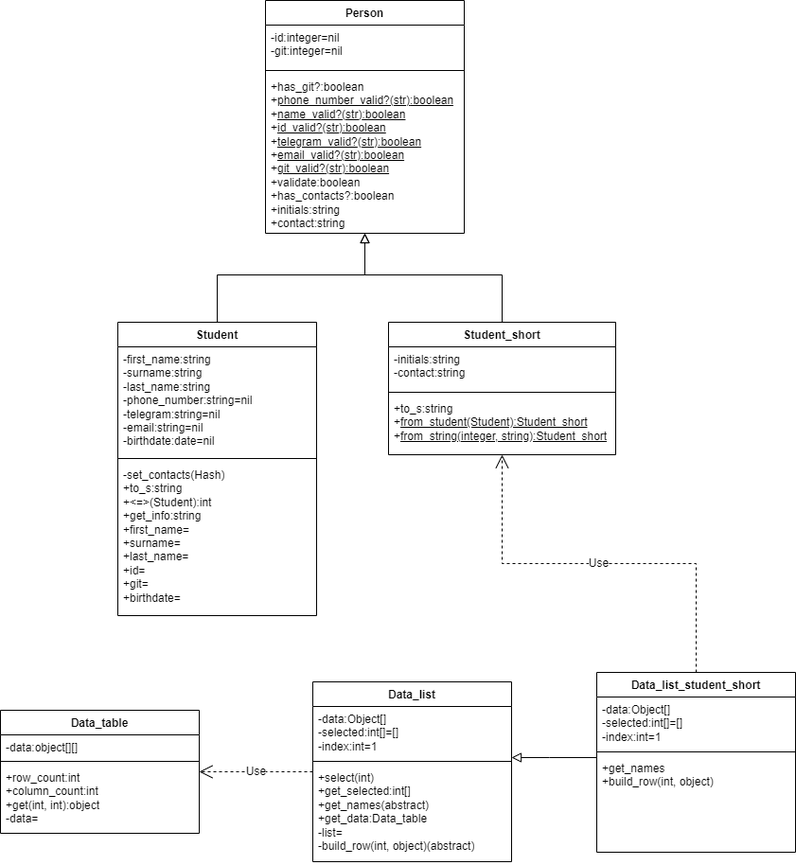
This is student/media/class_diagram.png from creatior/Design-Patterns-labs, a draw.io export, as it was before one commit. Source tidied: cells renumbered, new cells last; positions are measured from the earlier drawing's top-left corner, leaving out a move shared by most shapes. Its diagram source:
```xml
<mxGraphModel>
  <root>
    <mxCell id="0" />
    <mxCell id="1" parent="0" />
    <mxCell id="2" value="Person" style="swimlane;fontStyle=1;align=center;verticalAlign=top;horizontal=1;startSize=26;whiteSpace=wrap;html=1;labelBackgroundColor=none;" parent="1" vertex="1">
      <mxGeometry x="280" width="210" height="246" as="geometry" />
    </mxCell>
    <mxCell id="3" value="-id:integer=nil&lt;div&gt;-git:integer=nil&lt;br&gt;&lt;/div&gt;" style="text;strokeColor=none;fillColor=none;align=left;verticalAlign=top;spacingLeft=4;spacingRight=4;overflow=hidden;whiteSpace=wrap;html=1;labelBackgroundColor=none;" parent="2" vertex="1">
      <mxGeometry y="26" width="210" height="44" as="geometry" />
    </mxCell>
    <mxCell id="4" style="line;strokeWidth=1;fillColor=none;align=left;verticalAlign=middle;spacingTop=-1;spacingLeft=3;spacingRight=3;labelPosition=right;labelBackgroundColor=none;" parent="2" vertex="1">
      <mxGeometry y="70" width="210" height="8" as="geometry" />
    </mxCell>
    <mxCell id="5" value="+has_git?:boolean&lt;div&gt;+&lt;u&gt;phone_number_valid?(str)&lt;span style=&quot;background-color: initial;&quot;&gt;:boolean&lt;/span&gt;&lt;/u&gt;&lt;/div&gt;&lt;div&gt;&lt;span style=&quot;background-color: initial;&quot;&gt;+&lt;u&gt;name_valid?(str)&lt;/u&gt;&lt;/span&gt;&lt;span style=&quot;background-color: initial;&quot;&gt;&lt;u&gt;:boolean&lt;/u&gt;&lt;/span&gt;&lt;/div&gt;&lt;div&gt;&lt;span style=&quot;background-color: initial;&quot;&gt;+&lt;u&gt;id_valid?&lt;/u&gt;&lt;/span&gt;&lt;u&gt;&lt;span style=&quot;background-color: initial;&quot;&gt;(str)&lt;/span&gt;&lt;span style=&quot;background-color: initial;&quot;&gt;:boolean&lt;/span&gt;&lt;/u&gt;&lt;/div&gt;&lt;div&gt;&lt;span style=&quot;background-color: initial;&quot;&gt;+&lt;u&gt;telegram_valid?&lt;/u&gt;&lt;/span&gt;&lt;u&gt;&lt;span style=&quot;background-color: initial;&quot;&gt;(str)&lt;/span&gt;&lt;span style=&quot;background-color: initial;&quot;&gt;:boolean&lt;/span&gt;&lt;/u&gt;&lt;/div&gt;&lt;div&gt;&lt;span style=&quot;background-color: initial;&quot;&gt;+&lt;u&gt;email_valid?&lt;/u&gt;&lt;/span&gt;&lt;u&gt;&lt;span style=&quot;background-color: initial;&quot;&gt;(str)&lt;/span&gt;&lt;span style=&quot;background-color: initial;&quot;&gt;:boolean&lt;/span&gt;&lt;/u&gt;&lt;/div&gt;&lt;div&gt;&lt;span style=&quot;background-color: initial;&quot;&gt;+&lt;u&gt;git_valid?&lt;/u&gt;&lt;/span&gt;&lt;u&gt;&lt;span style=&quot;background-color: initial;&quot;&gt;(str)&lt;/span&gt;&lt;span style=&quot;background-color: initial;&quot;&gt;:boolean&lt;/span&gt;&lt;/u&gt;&lt;/div&gt;&lt;div&gt;&lt;span style=&quot;background-color: initial;&quot;&gt;+validate&lt;/span&gt;&lt;span style=&quot;background-color: initial;&quot;&gt;:boolean&lt;/span&gt;&lt;/div&gt;&lt;div&gt;&lt;span style=&quot;background-color: initial;&quot;&gt;+has_contacts?:&lt;/span&gt;&lt;span style=&quot;background-color: initial;&quot;&gt;boolean&lt;/span&gt;&lt;/div&gt;&lt;div&gt;&lt;span style=&quot;background-color: initial;&quot;&gt;+initials:string&lt;/span&gt;&lt;/div&gt;&lt;div&gt;&lt;span style=&quot;background-color: initial;&quot;&gt;+contact:string&lt;/span&gt;&lt;/div&gt;" style="text;strokeColor=none;fillColor=none;align=left;verticalAlign=top;spacingLeft=4;spacingRight=4;overflow=hidden;points=[[0,0.5],[1,0.5]];portConstraint=eastwest;whiteSpace=wrap;html=1;labelBackgroundColor=none;" parent="2" vertex="1">
      <mxGeometry y="78" width="210" height="168" as="geometry" />
    </mxCell>
    <mxCell id="6" style="edgeStyle=orthogonalEdgeStyle;rounded=0;jettySize=auto;html=1;exitX=0.5;exitY=0;exitDx=0;exitDy=0;fontSize=12;startSize=8;endSize=8;endArrow=block;endFill=0;" parent="1" edge="1" source="7" target="5">
      <mxGeometry relative="1" as="geometry">
        <Array as="points">
          <mxPoint x="229" y="290" />
          <mxPoint x="385" y="290" />
        </Array>
      </mxGeometry>
    </mxCell>
    <mxCell id="7" value="Student" style="swimlane;fontStyle=1;align=center;verticalAlign=top;horizontal=1;startSize=26;whiteSpace=wrap;html=1;labelBackgroundColor=none;" parent="1" vertex="1">
      <mxGeometry x="124" y="340" width="210" height="310" as="geometry" />
    </mxCell>
    <mxCell id="8" value="&lt;div&gt;-first_name:string&lt;/div&gt;&lt;div&gt;-surname&lt;span style=&quot;background-color: initial;&quot;&gt;:string&lt;/span&gt;&lt;/div&gt;&lt;div&gt;&lt;span style=&quot;background-color: initial;&quot;&gt;-last_name&lt;/span&gt;&lt;span style=&quot;background-color: initial;&quot;&gt;:string&lt;/span&gt;&lt;/div&gt;&lt;div&gt;&lt;span style=&quot;background-color: initial;&quot;&gt;-phone_number:string=nil&lt;/span&gt;&lt;/div&gt;&lt;div&gt;&lt;span style=&quot;background-color: initial;&quot;&gt;-telegram&lt;/span&gt;&lt;span style=&quot;background-color: initial;&quot;&gt;:string=nil&lt;/span&gt;&lt;/div&gt;&lt;div&gt;&lt;span style=&quot;background-color: initial;&quot;&gt;-email&lt;/span&gt;&lt;span style=&quot;background-color: initial;&quot;&gt;:string=nil&lt;/span&gt;&lt;/div&gt;&lt;div&gt;&lt;span style=&quot;background-color: initial;&quot;&gt;-birthdate:date=nil&lt;/span&gt;&lt;/div&gt;" style="text;strokeColor=none;fillColor=none;align=left;verticalAlign=top;spacingLeft=4;spacingRight=4;overflow=hidden;whiteSpace=wrap;html=1;labelBackgroundColor=none;" parent="7" vertex="1">
      <mxGeometry y="26" width="210" height="114" as="geometry" />
    </mxCell>
    <mxCell id="9" style="line;strokeWidth=1;fillColor=none;align=left;verticalAlign=middle;spacingTop=-1;spacingLeft=3;spacingRight=3;labelPosition=right;labelBackgroundColor=none;" parent="7" vertex="1">
      <mxGeometry y="140" width="210" height="8" as="geometry" />
    </mxCell>
    <mxCell id="10" value="-set_contacts(Hash)&lt;div&gt;+to_s:string&lt;/div&gt;&lt;div&gt;+&amp;lt;=&amp;gt;(Student):int&lt;/div&gt;&lt;div&gt;+get_info:string&lt;/div&gt;&lt;div&gt;+first_name=&lt;/div&gt;&lt;div&gt;+surname=&lt;/div&gt;&lt;div&gt;+last_name=&lt;/div&gt;&lt;div&gt;+id=&lt;/div&gt;&lt;div&gt;+git=&lt;/div&gt;&lt;div&gt;+birthdate=&lt;/div&gt;" style="text;strokeColor=none;fillColor=none;align=left;verticalAlign=top;spacingLeft=4;spacingRight=4;overflow=hidden;whiteSpace=wrap;html=1;labelBackgroundColor=none;" parent="7" vertex="1">
      <mxGeometry y="148" width="210" height="162" as="geometry" />
    </mxCell>
    <mxCell id="11" style="edgeStyle=orthogonalEdgeStyle;rounded=0;jettySize=auto;html=1;fontSize=12;startSize=8;endSize=8;exitX=0.5;exitY=0;exitDx=0;exitDy=0;endArrow=block;endFill=0;" parent="1" edge="1" source="12" target="5">
      <mxGeometry relative="1" as="geometry">
        <Array as="points">
          <mxPoint x="530" y="290" />
          <mxPoint x="385" y="290" />
        </Array>
      </mxGeometry>
    </mxCell>
    <mxCell id="12" value="Student_short" style="swimlane;fontStyle=1;align=center;verticalAlign=top;horizontal=1;startSize=26;whiteSpace=wrap;html=1;labelBackgroundColor=none;" parent="1" vertex="1">
      <mxGeometry x="410" y="340" width="240" height="140" as="geometry" />
    </mxCell>
    <mxCell id="13" value="&lt;div&gt;-initials:string&lt;/div&gt;&lt;div&gt;-contact:string&lt;/div&gt;" style="text;strokeColor=none;fillColor=none;align=left;verticalAlign=top;spacingLeft=4;spacingRight=4;overflow=hidden;whiteSpace=wrap;html=1;labelBackgroundColor=none;" parent="12" vertex="1">
      <mxGeometry y="26" width="240" height="44" as="geometry" />
    </mxCell>
    <mxCell id="14" style="line;strokeWidth=1;fillColor=none;align=left;verticalAlign=middle;spacingTop=-1;spacingLeft=3;spacingRight=3;labelPosition=right;labelBackgroundColor=none;" parent="12" vertex="1">
      <mxGeometry y="70" width="240" height="8" as="geometry" />
    </mxCell>
    <mxCell id="15" value="+to_s:string&lt;div&gt;+&lt;u&gt;from_student(Student):Student_short&lt;/u&gt;&lt;/div&gt;&lt;div&gt;+&lt;u&gt;from_string(integer, string)&lt;span style=&quot;background-color: initial;&quot;&gt;:Student_short&lt;/span&gt;&lt;/u&gt;&lt;/div&gt;" style="text;strokeColor=none;fillColor=none;align=left;verticalAlign=top;spacingLeft=4;spacingRight=4;overflow=hidden;whiteSpace=wrap;html=1;labelBackgroundColor=none;" parent="12" vertex="1">
      <mxGeometry y="78" width="240" height="62" as="geometry" />
    </mxCell>
    <mxCell id="16" value="Data_table" style="swimlane;fontStyle=1;align=center;verticalAlign=top;horizontal=1;startSize=26;whiteSpace=wrap;html=1;" parent="1" vertex="1">
      <mxGeometry y="750" width="210" height="130" as="geometry" />
    </mxCell>
    <mxCell id="17" value="&lt;div&gt;-data:object[][]&lt;/div&gt;" style="text;strokeColor=none;fillColor=none;align=left;verticalAlign=top;spacingLeft=4;spacingRight=4;overflow=hidden;whiteSpace=wrap;html=1;" parent="16" vertex="1">
      <mxGeometry y="26" width="210" height="24" as="geometry" />
    </mxCell>
    <mxCell id="18" style="line;strokeWidth=1;fillColor=none;align=left;verticalAlign=middle;spacingTop=-1;spacingLeft=3;spacingRight=3;labelPosition=right;strokeColor=inherit;" parent="16" vertex="1">
      <mxGeometry y="50" width="210" height="8" as="geometry" />
    </mxCell>
    <mxCell id="19" value="+row_count:int&lt;div&gt;+column_count:int&lt;/div&gt;&lt;div&gt;+get(int, int):object&lt;/div&gt;&lt;div&gt;-data=&lt;/div&gt;&lt;div&gt;&lt;br&gt;&lt;/div&gt;" style="text;strokeColor=none;fillColor=none;align=left;verticalAlign=top;spacingLeft=4;spacingRight=4;overflow=hidden;whiteSpace=wrap;html=1;" parent="16" vertex="1">
      <mxGeometry y="58" width="210" height="72" as="geometry" />
    </mxCell>
    <mxCell id="20" value="Data_list" style="swimlane;fontStyle=1;align=center;verticalAlign=top;horizontal=1;startSize=26;whiteSpace=wrap;html=1;" parent="1" vertex="1">
      <mxGeometry x="330" y="720" width="210" height="190" as="geometry" />
    </mxCell>
    <mxCell id="21" value="&lt;div&gt;-data:Object[]&lt;/div&gt;&lt;div&gt;-selected:int[]=[]&lt;/div&gt;&lt;div&gt;-index:int=1&lt;/div&gt;" style="text;strokeColor=none;fillColor=none;align=left;verticalAlign=top;spacingLeft=4;spacingRight=4;overflow=hidden;whiteSpace=wrap;html=1;" parent="20" vertex="1">
      <mxGeometry y="26" width="210" height="54" as="geometry" />
    </mxCell>
    <mxCell id="22" style="line;strokeWidth=1;fillColor=none;align=left;verticalAlign=middle;spacingTop=-1;spacingLeft=3;spacingRight=3;labelPosition=right;strokeColor=inherit;" parent="20" vertex="1">
      <mxGeometry y="80" width="210" height="8" as="geometry" />
    </mxCell>
    <mxCell id="23" value="+select(int)&lt;div&gt;+get_selected:int[]&lt;/div&gt;&lt;div&gt;+get_names(abstract)&lt;/div&gt;&lt;div&gt;+get_data:Data_table&lt;/div&gt;&lt;div&gt;-list=&lt;/div&gt;&lt;div&gt;-build_row(int, object)(abstract)&lt;/div&gt;" style="text;strokeColor=none;fillColor=none;align=left;verticalAlign=top;spacingLeft=4;spacingRight=4;overflow=hidden;whiteSpace=wrap;html=1;" parent="20" vertex="1">
      <mxGeometry y="88" width="210" height="102" as="geometry" />
    </mxCell>
    <mxCell id="24" value="Data_list_student_short" style="swimlane;fontStyle=1;align=center;verticalAlign=top;horizontal=1;startSize=26;whiteSpace=wrap;html=1;" parent="1" vertex="1">
      <mxGeometry x="630" y="710" width="210" height="190" as="geometry" />
    </mxCell>
    <mxCell id="25" value="&lt;div&gt;-data:Object[]&lt;/div&gt;&lt;div&gt;-selected:int[]=[]&lt;/div&gt;&lt;div&gt;-index:int=1&lt;/div&gt;" style="text;strokeColor=none;fillColor=none;align=left;verticalAlign=top;spacingLeft=4;spacingRight=4;overflow=hidden;whiteSpace=wrap;html=1;" parent="24" vertex="1">
      <mxGeometry y="26" width="210" height="54" as="geometry" />
    </mxCell>
    <mxCell id="26" style="line;strokeWidth=1;fillColor=none;align=left;verticalAlign=middle;spacingTop=-1;spacingLeft=3;spacingRight=3;labelPosition=right;strokeColor=inherit;" parent="24" vertex="1">
      <mxGeometry y="80" width="210" height="8" as="geometry" />
    </mxCell>
    <mxCell id="27" value="+get_names&lt;div&gt;+build_row(int, object)&lt;/div&gt;" style="text;strokeColor=none;fillColor=none;align=left;verticalAlign=top;spacingLeft=4;spacingRight=4;overflow=hidden;whiteSpace=wrap;html=1;" parent="24" vertex="1">
      <mxGeometry y="88" width="210" height="102" as="geometry" />
    </mxCell>
    <mxCell id="28" value="Use" style="endArrow=open;endSize=12;dashed=1;html=1;rounded=0;fontSize=12;edgeStyle=orthogonalEdgeStyle;" parent="1" edge="1" source="20" target="16">
      <mxGeometry relative="1" as="geometry" />
    </mxCell>
    <mxCell id="29" style="edgeStyle=orthogonalEdgeStyle;rounded=0;jettySize=auto;html=1;fontSize=12;startSize=8;endSize=8;endArrow=block;endFill=0;" parent="1" edge="1" source="24" target="20">
      <mxGeometry relative="1" as="geometry">
        <Array as="points">
          <mxPoint x="580" y="800" />
          <mxPoint x="580" y="800" />
        </Array>
      </mxGeometry>
    </mxCell>
    <mxCell id="30" value="Use" style="endArrow=open;endSize=12;dashed=1;html=1;rounded=0;fontSize=12;edgeStyle=orthogonalEdgeStyle;" parent="1" edge="1" source="24" target="12">
      <mxGeometry relative="1" as="geometry" />
    </mxCell>
  </root>
</mxGraphModel>
```
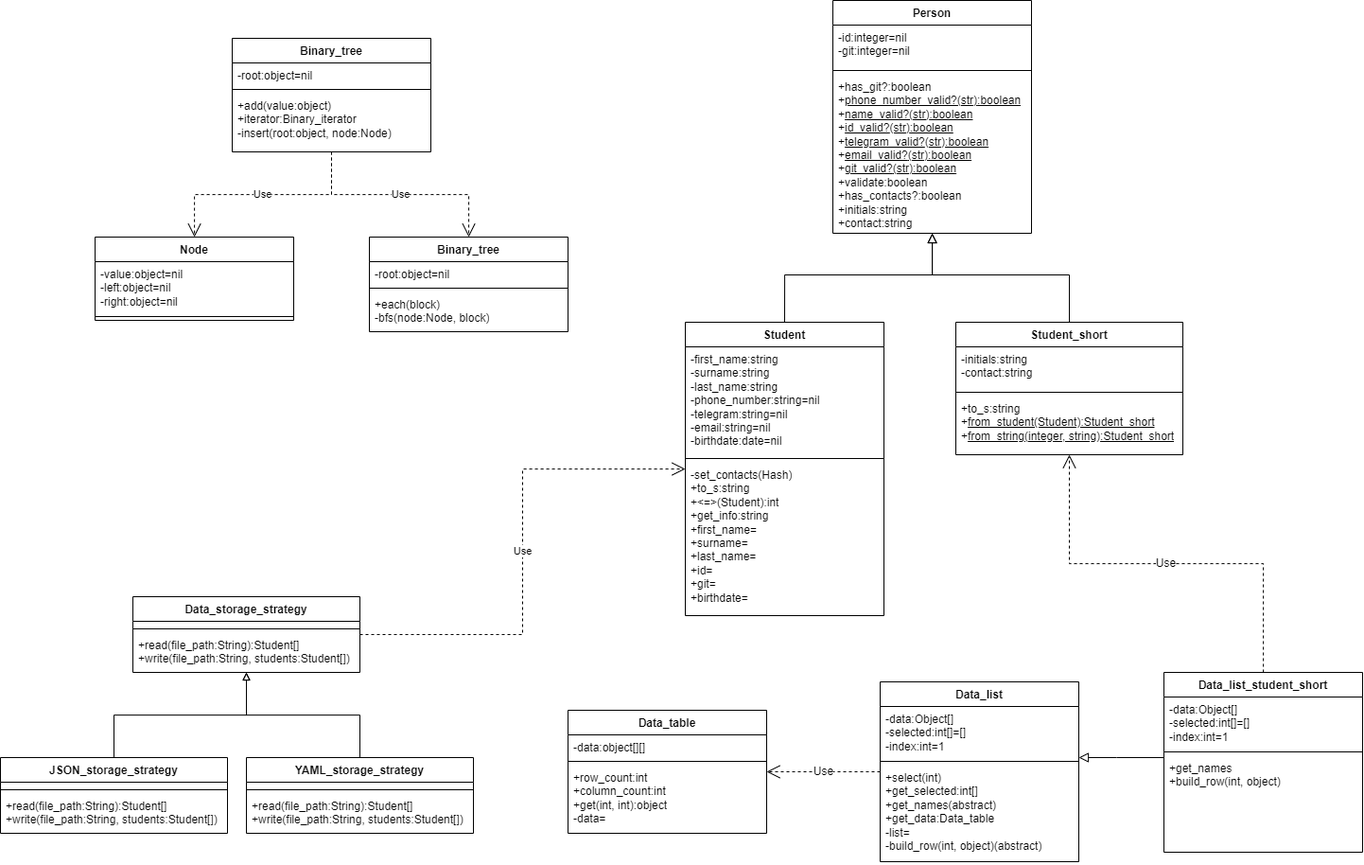
The same diagram one commit later.

Commit message:
LR4T2.6 Updated class diagram

Change to the diagram source:
```diff
@@ -104,5 +104,89 @@
     <mxCell id="30" value="Use" style="endArrow=open;endSize=12;dashed=1;html=1;rounded=0;fontSize=12;edgeStyle=orthogonalEdgeStyle;" parent="1" edge="1" source="24" target="12">
       <mxGeometry relative="1" as="geometry" />
     </mxCell>
+    <mxCell id="31" style="edgeStyle=orthogonalEdgeStyle;rounded=0;jettySize=auto;html=1;exitX=0.5;exitY=0;exitDx=0;exitDy=0;endArrow=block;endFill=0;" parent="1" edge="1" source="32" target="41">
+      <mxGeometry relative="1" as="geometry" />
+    </mxCell>
+    <mxCell id="32" value="JSON_storage_strategy" style="swimlane;fontStyle=1;align=center;verticalAlign=top;horizontal=1;startSize=26;whiteSpace=wrap;html=1;" parent="1" vertex="1">
+      <mxGeometry x="-600" y="800" width="240" height="80" as="geometry" />
+    </mxCell>
+    <mxCell id="33" value="&lt;div&gt;&lt;br&gt;&lt;/div&gt;" style="text;strokeColor=none;fillColor=none;align=left;verticalAlign=top;spacingLeft=4;spacingRight=4;overflow=hidden;whiteSpace=wrap;html=1;" parent="32" vertex="1">
+      <mxGeometry y="26" width="240" height="4" as="geometry" />
+    </mxCell>
+    <mxCell id="34" style="line;strokeWidth=1;fillColor=none;align=left;verticalAlign=middle;spacingTop=-1;spacingLeft=3;spacingRight=3;labelPosition=right;strokeColor=inherit;" parent="32" vertex="1">
+      <mxGeometry y="30" width="240" height="8" as="geometry" />
+    </mxCell>
+    <mxCell id="35" value="+read(file_path:String):Student[]&lt;div&gt;+write(file_path:String, students:Student[])&lt;/div&gt;" style="text;strokeColor=none;fillColor=none;align=left;verticalAlign=top;spacingLeft=4;spacingRight=4;overflow=hidden;whiteSpace=wrap;html=1;" parent="32" vertex="1">
+      <mxGeometry y="38" width="240" height="42" as="geometry" />
+    </mxCell>
+    <mxCell id="36" style="edgeStyle=orthogonalEdgeStyle;rounded=0;jettySize=auto;html=1;exitX=0.5;exitY=0;exitDx=0;exitDy=0;endArrow=block;endFill=0;" parent="1" edge="1" source="37" target="41">
+      <mxGeometry relative="1" as="geometry" />
+    </mxCell>
+    <mxCell id="37" value="YAML_storage_strategy" style="swimlane;fontStyle=1;align=center;verticalAlign=top;horizontal=1;startSize=26;whiteSpace=wrap;html=1;" parent="1" vertex="1">
+      <mxGeometry x="-340" y="800" width="240" height="80" as="geometry" />
+    </mxCell>
+    <mxCell id="38" value="&lt;div&gt;&lt;br&gt;&lt;/div&gt;" style="text;strokeColor=none;fillColor=none;align=left;verticalAlign=top;spacingLeft=4;spacingRight=4;overflow=hidden;whiteSpace=wrap;html=1;" parent="37" vertex="1">
+      <mxGeometry y="26" width="240" height="4" as="geometry" />
+    </mxCell>
+    <mxCell id="39" style="line;strokeWidth=1;fillColor=none;align=left;verticalAlign=middle;spacingTop=-1;spacingLeft=3;spacingRight=3;labelPosition=right;strokeColor=inherit;" parent="37" vertex="1">
+      <mxGeometry y="30" width="240" height="8" as="geometry" />
+    </mxCell>
+    <mxCell id="40" value="+read(file_path:String):Student[]&lt;div&gt;+write(file_path:String, students:Student[])&lt;/div&gt;" style="text;strokeColor=none;fillColor=none;align=left;verticalAlign=top;spacingLeft=4;spacingRight=4;overflow=hidden;whiteSpace=wrap;html=1;" parent="37" vertex="1">
+      <mxGeometry y="38" width="240" height="42" as="geometry" />
+    </mxCell>
+    <mxCell id="41" value="Data_storage_strategy" style="swimlane;fontStyle=1;align=center;verticalAlign=top;horizontal=1;startSize=26;whiteSpace=wrap;html=1;" parent="1" vertex="1">
+      <mxGeometry x="-460" y="630" width="240" height="80" as="geometry" />
+    </mxCell>
+    <mxCell id="42" value="&lt;div&gt;&lt;br&gt;&lt;/div&gt;" style="text;strokeColor=none;fillColor=none;align=left;verticalAlign=top;spacingLeft=4;spacingRight=4;overflow=hidden;whiteSpace=wrap;html=1;" parent="41" vertex="1">
+      <mxGeometry y="26" width="240" height="4" as="geometry" />
+    </mxCell>
+    <mxCell id="43" style="line;strokeWidth=1;fillColor=none;align=left;verticalAlign=middle;spacingTop=-1;spacingLeft=3;spacingRight=3;labelPosition=right;strokeColor=inherit;" parent="41" vertex="1">
+      <mxGeometry y="30" width="240" height="8" as="geometry" />
+    </mxCell>
+    <mxCell id="44" value="+read(file_path:String):Student[]&lt;div&gt;+write(file_path:String, students:Student[])&lt;/div&gt;" style="text;strokeColor=none;fillColor=none;align=left;verticalAlign=top;spacingLeft=4;spacingRight=4;overflow=hidden;whiteSpace=wrap;html=1;" parent="41" vertex="1">
+      <mxGeometry y="38" width="240" height="42" as="geometry" />
+    </mxCell>
+    <mxCell id="45" value="Use" style="endArrow=open;endSize=12;dashed=1;html=1;rounded=0;edgeStyle=orthogonalEdgeStyle;" parent="1" edge="1" source="41" target="7">
+      <mxGeometry relative="1" as="geometry" />
+    </mxCell>
+    <mxCell id="46" value="Binary_tree" style="swimlane;fontStyle=1;align=center;verticalAlign=top;horizontal=1;startSize=26;whiteSpace=wrap;html=1;" parent="1" vertex="1">
+      <mxGeometry x="-355" y="40" width="210" height="120" as="geometry" />
+    </mxCell>
+    <mxCell id="47" value="&lt;div&gt;-root:object=nil&lt;/div&gt;" style="text;strokeColor=none;fillColor=none;align=left;verticalAlign=top;spacingLeft=4;spacingRight=4;overflow=hidden;whiteSpace=wrap;html=1;" parent="46" vertex="1">
+      <mxGeometry y="26" width="210" height="24" as="geometry" />
+    </mxCell>
+    <mxCell id="48" style="line;strokeWidth=1;fillColor=none;align=left;verticalAlign=middle;spacingTop=-1;spacingLeft=3;spacingRight=3;labelPosition=right;strokeColor=inherit;" parent="46" vertex="1">
+      <mxGeometry y="50" width="210" height="8" as="geometry" />
+    </mxCell>
+    <mxCell id="49" value="+add(value:object)&lt;div&gt;+iterator:Binary_iterator&lt;/div&gt;&lt;div&gt;-insert(root:object, node:Node)&lt;/div&gt;" style="text;strokeColor=none;fillColor=none;align=left;verticalAlign=top;spacingLeft=4;spacingRight=4;overflow=hidden;whiteSpace=wrap;html=1;" parent="46" vertex="1">
+      <mxGeometry y="58" width="210" height="62" as="geometry" />
+    </mxCell>
+    <mxCell id="50" value="Node" style="swimlane;fontStyle=1;align=center;verticalAlign=top;horizontal=1;startSize=26;whiteSpace=wrap;html=1;" parent="1" vertex="1">
+      <mxGeometry x="-500" y="250" width="210" height="88" as="geometry" />
+    </mxCell>
+    <mxCell id="51" value="&lt;div&gt;-value:object=nil&lt;/div&gt;&lt;div&gt;-left:object=nil&lt;/div&gt;&lt;div&gt;-right:object=nil&lt;/div&gt;" style="text;strokeColor=none;fillColor=none;align=left;verticalAlign=top;spacingLeft=4;spacingRight=4;overflow=hidden;whiteSpace=wrap;html=1;" parent="50" vertex="1">
+      <mxGeometry y="26" width="210" height="54" as="geometry" />
+    </mxCell>
+    <mxCell id="52" style="line;strokeWidth=1;fillColor=none;align=left;verticalAlign=middle;spacingTop=-1;spacingLeft=3;spacingRight=3;labelPosition=right;strokeColor=inherit;" parent="50" vertex="1">
+      <mxGeometry y="80" width="210" height="8" as="geometry" />
+    </mxCell>
+    <mxCell id="53" value="Binary_tree" style="swimlane;fontStyle=1;align=center;verticalAlign=top;horizontal=1;startSize=26;whiteSpace=wrap;html=1;" parent="1" vertex="1">
+      <mxGeometry x="-210" y="250" width="210" height="100" as="geometry" />
+    </mxCell>
+    <mxCell id="54" value="&lt;div&gt;-root:object=nil&lt;/div&gt;" style="text;strokeColor=none;fillColor=none;align=left;verticalAlign=top;spacingLeft=4;spacingRight=4;overflow=hidden;whiteSpace=wrap;html=1;" parent="53" vertex="1">
+      <mxGeometry y="26" width="210" height="24" as="geometry" />
+    </mxCell>
+    <mxCell id="55" style="line;strokeWidth=1;fillColor=none;align=left;verticalAlign=middle;spacingTop=-1;spacingLeft=3;spacingRight=3;labelPosition=right;strokeColor=inherit;" parent="53" vertex="1">
+      <mxGeometry y="50" width="210" height="8" as="geometry" />
+    </mxCell>
+    <mxCell id="56" value="&lt;div&gt;+each(block)&lt;/div&gt;-bfs(node:Node, block)" style="text;strokeColor=none;fillColor=none;align=left;verticalAlign=top;spacingLeft=4;spacingRight=4;overflow=hidden;whiteSpace=wrap;html=1;" parent="53" vertex="1">
+      <mxGeometry y="58" width="210" height="42" as="geometry" />
+    </mxCell>
+    <mxCell id="57" value="Use" style="endArrow=open;endSize=12;dashed=1;html=1;rounded=0;edgeStyle=orthogonalEdgeStyle;" parent="1" edge="1" source="46" target="50">
+      <mxGeometry relative="1" as="geometry" />
+    </mxCell>
+    <mxCell id="58" value="Use" style="endArrow=open;endSize=12;dashed=1;html=1;rounded=0;edgeStyle=orthogonalEdgeStyle;" parent="1" edge="1" source="46" target="53">
+      <mxGeometry relative="1" as="geometry" />
+    </mxCell>
   </root>
 </mxGraphModel>
```
